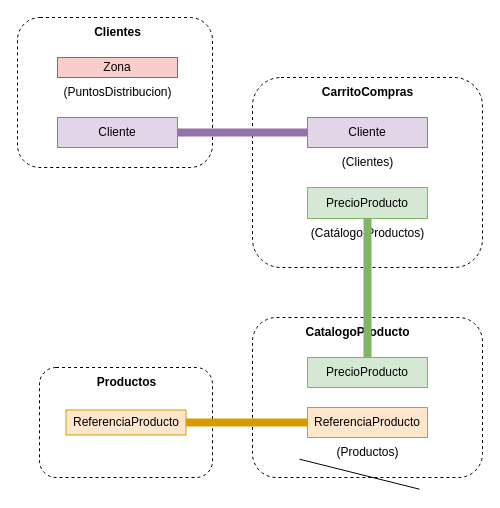
andrescardo98/doo keeps this draw.io diagram as page "ContextMapping V2" (7 of 7) of TiendaOnline_Disenio.drawio. Above is the earlier version. Source tidied: cells renumbered, new cells numbered last; positions are measured from the earlier drawing's top-left corner, leaving out a move shared by most shapes. Both pictures are drawn from the tidied source at 100%, with x=0, y=0 at pixel (17, 17).
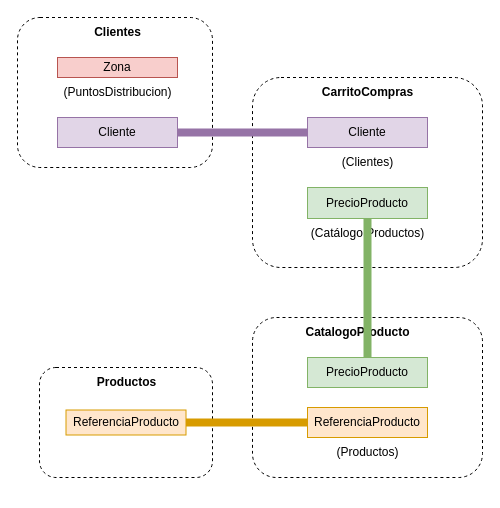
The same diagram, later.

Diff of the diagram source:
```diff
@@
-    <mxCell id="18" style="endArrow=none;html=1;rounded=0;exitX=1;exitY=0.5;exitDx=0;exitDy=0;entryX=0;entryY=0.5;entryDx=0;entryDy=0;" parent="1" edge="1">
-      <mxGeometry relative="1" as="geometry">
-        <mxPoint x="282" y="441.7" as="sourcePoint" />
-        <mxPoint x="402" y="471.7" as="targetPoint" />
-      </mxGeometry>
-    </mxCell>
```
